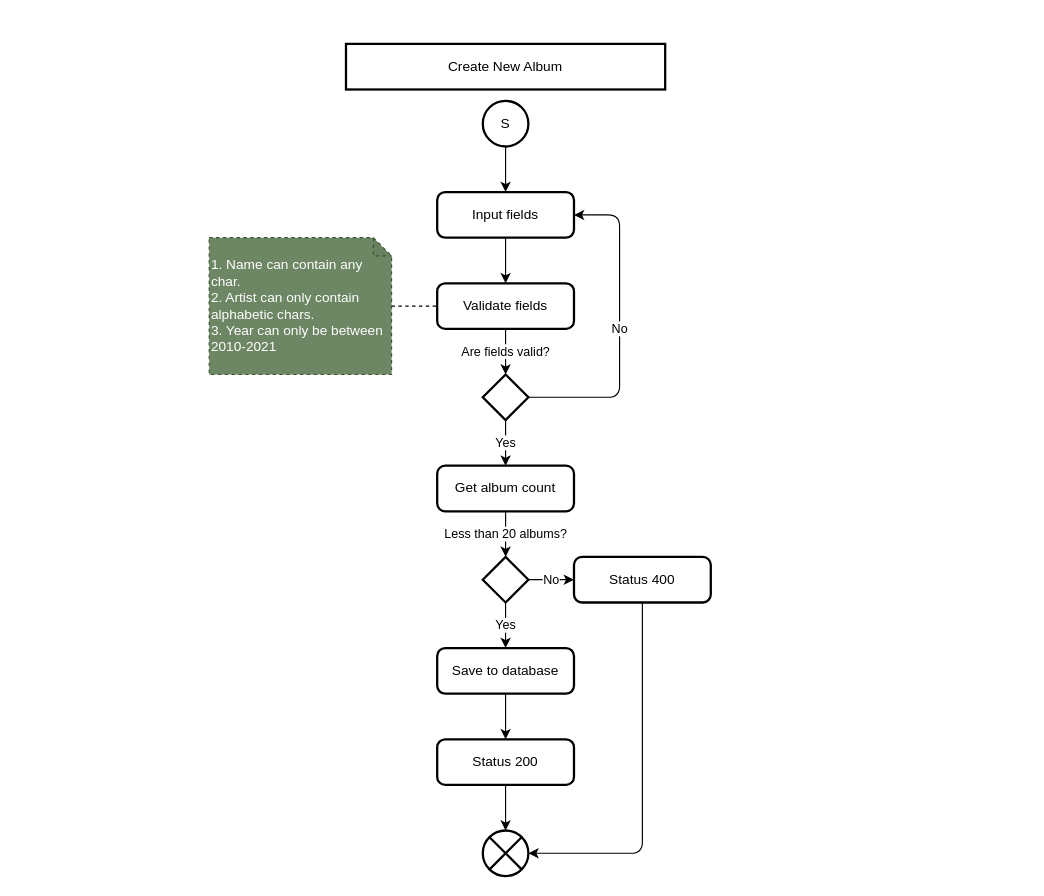
This is page "FlowChart" (1 of 3) of musicfy-backend/docs/diagrams.drawio from Ilchampo/musicfy-assessment, a draw.io file, before an edit. Source tidied: cells renumbered, new cells numbered last; positions are measured from the earlier drawing's top-left corner, leaving out a move shared by most shapes. Both pictures are drawn from the tidied source at 114%, with x=0, y=0 at pixel (209, 43).
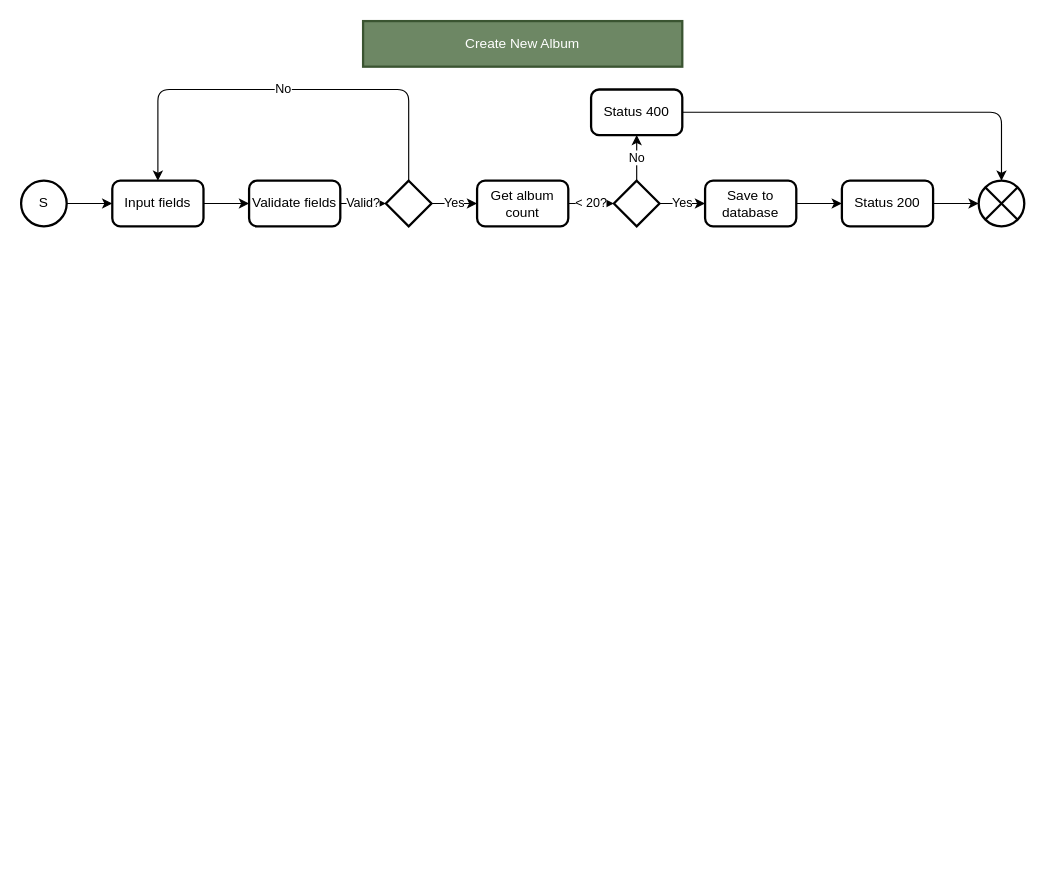
The same diagram, later.

The edit, as a diff of the source:
```diff
@@
-    <mxCell id="2" value="No" style="edgeStyle=none;html=1;entryX=1;entryY=0.5;entryDx=0;entryDy=0;startArrow=none;startFill=0;endArrow=classic;endFill=1;" parent="1" edge="1" source="4" target="9">
+    <mxCell id="2" value="No" style="edgeStyle=none;html=1;entryX=0.5;entryY=0;entryDx=0;entryDy=0;" parent="1" edge="1" source="4" target="9">
       <mxGeometry relative="1" as="geometry">
         <Array as="points">
-          <mxPoint x="360" y="310" />
-          <mxPoint x="360" y="150" />
+          <mxPoint x="175" y="40" />
+          <mxPoint x="-45" y="40" />
         </Array>
       </mxGeometry>
     </mxCell>
-    <mxCell id="3" value="Yes" style="edgeStyle=none;html=1;entryX=0.5;entryY=0;entryDx=0;entryDy=0;startArrow=none;startFill=0;endArrow=classic;endFill=1;" parent="1" edge="1" source="4" target="13">
+    <mxCell id="3" value="Yes" style="edgeStyle=none;html=1;entryX=0;entryY=0.5;entryDx=0;entryDy=0;" parent="1" edge="1" source="4" target="13">
       <mxGeometry relative="1" as="geometry" />
     </mxCell>
     <mxCell id="4" style="strokeWidth=2;html=1;shape=mxgraph.flowchart.decision;whiteSpace=wrap;gradientColor=none;" parent="1" vertex="1">
-      <mxGeometry x="240" y="290" width="40" height="40" as="geometry" />
+      <mxGeometry x="155" y="120" width="40" height="40" as="geometry" />
     </mxCell>
     <mxCell id="5" style="verticalLabelPosition=bottom;verticalAlign=top;html=1;shape=mxgraph.flowchart.or;strokeWidth=2;gradientColor=none;" parent="1" vertex="1">
-      <mxGeometry x="240" y="690" width="40" height="40" as="geometry" />
+      <mxGeometry x="675" y="120" width="40" height="40" as="geometry" />
     </mxCell>
-    <mxCell id="6" style="edgeStyle=none;html=1;entryX=0.5;entryY=0;entryDx=0;entryDy=0;startArrow=none;startFill=0;endArrow=classic;endFill=1;" parent="1" edge="1" source="7" target="9">
+    <mxCell id="6" style="edgeStyle=none;html=1;entryX=0;entryY=0.5;entryDx=0;entryDy=0;" parent="1" edge="1" source="7" target="9">
       <mxGeometry relative="1" as="geometry" />
     </mxCell>
     <mxCell id="7" value="S" style="strokeWidth=2;html=1;shape=mxgraph.flowchart.start_2;whiteSpace=wrap;gradientColor=none;" parent="1" vertex="1">
-      <mxGeometry x="240" y="50" width="40" height="40" as="geometry" />
+      <mxGeometry x="-165" y="120" width="40" height="40" as="geometry" />
     </mxCell>
-    <mxCell id="8" style="edgeStyle=none;html=1;entryX=0.5;entryY=0;entryDx=0;entryDy=0;startArrow=none;startFill=0;endArrow=classic;endFill=1;" parent="1" edge="1" source="9" target="11">
+    <mxCell id="8" style="edgeStyle=none;html=1;entryX=0;entryY=0.5;entryDx=0;entryDy=0;" parent="1" edge="1" source="9" target="11">
       <mxGeometry relative="1" as="geometry" />
     </mxCell>
     <mxCell id="9" value="Input fields" style="rounded=1;whiteSpace=wrap;html=1;absoluteArcSize=1;arcSize=14;strokeWidth=2;gradientColor=none;" parent="1" vertex="1">
-      <mxGeometry x="200" y="130" width="120" height="40" as="geometry" />
+      <mxGeometry x="-85" y="120" width="80" height="40" as="geometry" />
     </mxCell>
-    <mxCell id="10" value="Are fields valid?" style="edgeStyle=none;html=1;entryX=0.5;entryY=0;entryDx=0;entryDy=0;entryPerimeter=0;startArrow=none;startFill=0;endArrow=classic;endFill=1;" parent="1" edge="1" source="11" target="4">
+    <mxCell id="10" value="Valid?" style="edgeStyle=none;html=1;entryX=0;entryY=0.5;entryDx=0;entryDy=0;entryPerimeter=0;" parent="1" edge="1" source="11" target="4">
       <mxGeometry relative="1" as="geometry" />
     </mxCell>
     <mxCell id="11" value="Validate fields" style="rounded=1;whiteSpace=wrap;html=1;absoluteArcSize=1;arcSize=14;strokeWidth=2;gradientColor=none;" parent="1" vertex="1">
-      <mxGeometry x="200" y="210" width="120" height="40" as="geometry" />
+      <mxGeometry x="35" y="120" width="80" height="40" as="geometry" />
     </mxCell>
-    <mxCell id="12" value="Less than 20 albums?" style="edgeStyle=none;html=1;entryX=0.5;entryY=0;entryDx=0;entryDy=0;entryPerimeter=0;startArrow=none;startFill=0;endArrow=classic;endFill=1;" parent="1" edge="1" source="13" target="16">
+    <mxCell id="12" value="&amp;lt; 20?" style="edgeStyle=none;html=1;entryX=0;entryY=0.5;entryDx=0;entryDy=0;entryPerimeter=0;" parent="1" edge="1" source="13" target="16">
       <mxGeometry relative="1" as="geometry" />
     </mxCell>
     <mxCell id="13" value="Get album count" style="rounded=1;whiteSpace=wrap;html=1;absoluteArcSize=1;arcSize=14;strokeWidth=2;gradientColor=none;" parent="1" vertex="1">
-      <mxGeometry x="200" y="370" width="120" height="40" as="geometry" />
+      <mxGeometry x="235" y="120" width="80" height="40" as="geometry" />
     </mxCell>
+    <mxCell id="15" value="No" style="edgeStyle=none;html=1;entryX=0.5;entryY=1;entryDx=0;entryDy=0;" parent="1" edge="1" source="16" target="20">
+      <mxGeometry relative="1" as="geometry" />
+    </mxCell>
-    <mxCell id="14" value="Yes" style="edgeStyle=none;html=1;entryX=0.5;entryY=0;entryDx=0;entryDy=0;startArrow=none;startFill=0;endArrow=classic;endFill=1;" parent="1" edge="1" source="16" target="18">
+    <mxCell id="14" value="Yes" style="edgeStyle=none;html=1;entryX=0;entryY=0.5;entryDx=0;entryDy=0;" parent="1" edge="1" source="16" target="18">
       <mxGeometry relative="1" as="geometry" />
     </mxCell>
-    <mxCell id="15" value="No" style="edgeStyle=none;html=1;entryX=0;entryY=0.5;entryDx=0;entryDy=0;startArrow=none;startFill=0;endArrow=classic;endFill=1;" parent="1" edge="1" source="16" target="20">
-      <mxGeometry relative="1" as="geometry" />
-    </mxCell>
     <mxCell id="16" style="strokeWidth=2;html=1;shape=mxgraph.flowchart.decision;whiteSpace=wrap;gradientColor=none;" parent="1" vertex="1">
-      <mxGeometry x="240" y="450" width="40" height="40" as="geometry" />
+      <mxGeometry x="355" y="120" width="40" height="40" as="geometry" />
     </mxCell>
-    <mxCell id="17" style="edgeStyle=none;html=1;entryX=0.5;entryY=0;entryDx=0;entryDy=0;startArrow=none;startFill=0;endArrow=classic;endFill=1;" parent="1" edge="1" source="18" target="22">
+    <mxCell id="17" style="edgeStyle=none;html=1;" parent="1" edge="1" source="18" target="22">
       <mxGeometry relative="1" as="geometry" />
     </mxCell>
     <mxCell id="18" value="Save to database" style="rounded=1;whiteSpace=wrap;html=1;absoluteArcSize=1;arcSize=14;strokeWidth=2;gradientColor=none;" parent="1" vertex="1">
-      <mxGeometry x="200" y="530" width="120" height="40" as="geometry" />
+      <mxGeometry x="435" y="120" width="80" height="40" as="geometry" />
     </mxCell>
-    <mxCell id="19" style="edgeStyle=none;html=1;entryX=1;entryY=0.5;entryDx=0;entryDy=0;entryPerimeter=0;startArrow=none;startFill=0;endArrow=classic;endFill=1;" parent="1" edge="1" source="20" target="5">
+    <mxCell id="19" style="edgeStyle=none;html=1;entryX=0.5;entryY=0;entryDx=0;entryDy=0;entryPerimeter=0;" parent="1" edge="1" source="20" target="5">
       <mxGeometry relative="1" as="geometry">
         <Array as="points">
-          <mxPoint x="380" y="710" />
+          <mxPoint x="695" y="60" />
         </Array>
       </mxGeometry>
     </mxCell>
     <mxCell id="20" value="Status 400" style="rounded=1;whiteSpace=wrap;html=1;absoluteArcSize=1;arcSize=14;strokeWidth=2;gradientColor=none;" parent="1" vertex="1">
-      <mxGeometry x="320" y="450" width="120" height="40" as="geometry" />
+      <mxGeometry x="335" y="40" width="80" height="40" as="geometry" />
     </mxCell>
-    <mxCell id="21" style="edgeStyle=none;html=1;entryX=0.5;entryY=0;entryDx=0;entryDy=0;entryPerimeter=0;startArrow=none;startFill=0;endArrow=classic;endFill=1;" parent="1" edge="1" source="22" target="5">
+    <mxCell id="21" style="edgeStyle=none;html=1;" parent="1" edge="1" source="22" target="5">
       <mxGeometry relative="1" as="geometry" />
     </mxCell>
     <mxCell id="22" value="Status 200" style="rounded=1;whiteSpace=wrap;html=1;absoluteArcSize=1;arcSize=14;strokeWidth=2;gradientColor=none;" parent="1" vertex="1">
-      <mxGeometry x="200" y="610" width="120" height="40" as="geometry" />
+      <mxGeometry x="555" y="120" width="80" height="40" as="geometry" />
     </mxCell>
-    <mxCell id="23" style="edgeStyle=none;html=1;entryX=0;entryY=0.5;entryDx=0;entryDy=0;startArrow=none;startFill=0;endArrow=none;endFill=0;dashed=1;" parent="1" edge="1" source="24" target="11">
-      <mxGeometry relative="1" as="geometry" />
-    </mxCell>
-    <mxCell id="24" value="1. Name can contain any char.&lt;br&gt;2. Artist can only contain alphabetic chars.&lt;br&gt;&lt;div&gt;&lt;span&gt;3. Year can only be between 2010-2021&lt;/span&gt;&lt;/div&gt;" style="shape=note;whiteSpace=wrap;html=1;backgroundOutline=1;darkOpacity=0.05;strokeWidth=1;size=16;align=left;dashed=1;fillColor=#6d8764;strokeColor=#3A5431;fontColor=#ffffff;" parent="1" vertex="1">
-      <mxGeometry y="170" width="160" height="120" as="geometry" />
-    </mxCell>
-    <mxCell id="25" value="Create New Album" style="rounded=0;whiteSpace=wrap;html=1;strokeWidth=2;gradientColor=none;" parent="1" vertex="1">
-      <mxGeometry x="120" width="280" height="40" as="geometry" />
+    <mxCell id="25" value="Create New Album" style="rounded=0;whiteSpace=wrap;html=1;strokeWidth=2;fillColor=#6d8764;fontColor=#ffffff;strokeColor=#3A5431;" parent="1" vertex="1">
+      <mxGeometry x="135" y="-20" width="280" height="40" as="geometry" />
     </mxCell>
```
